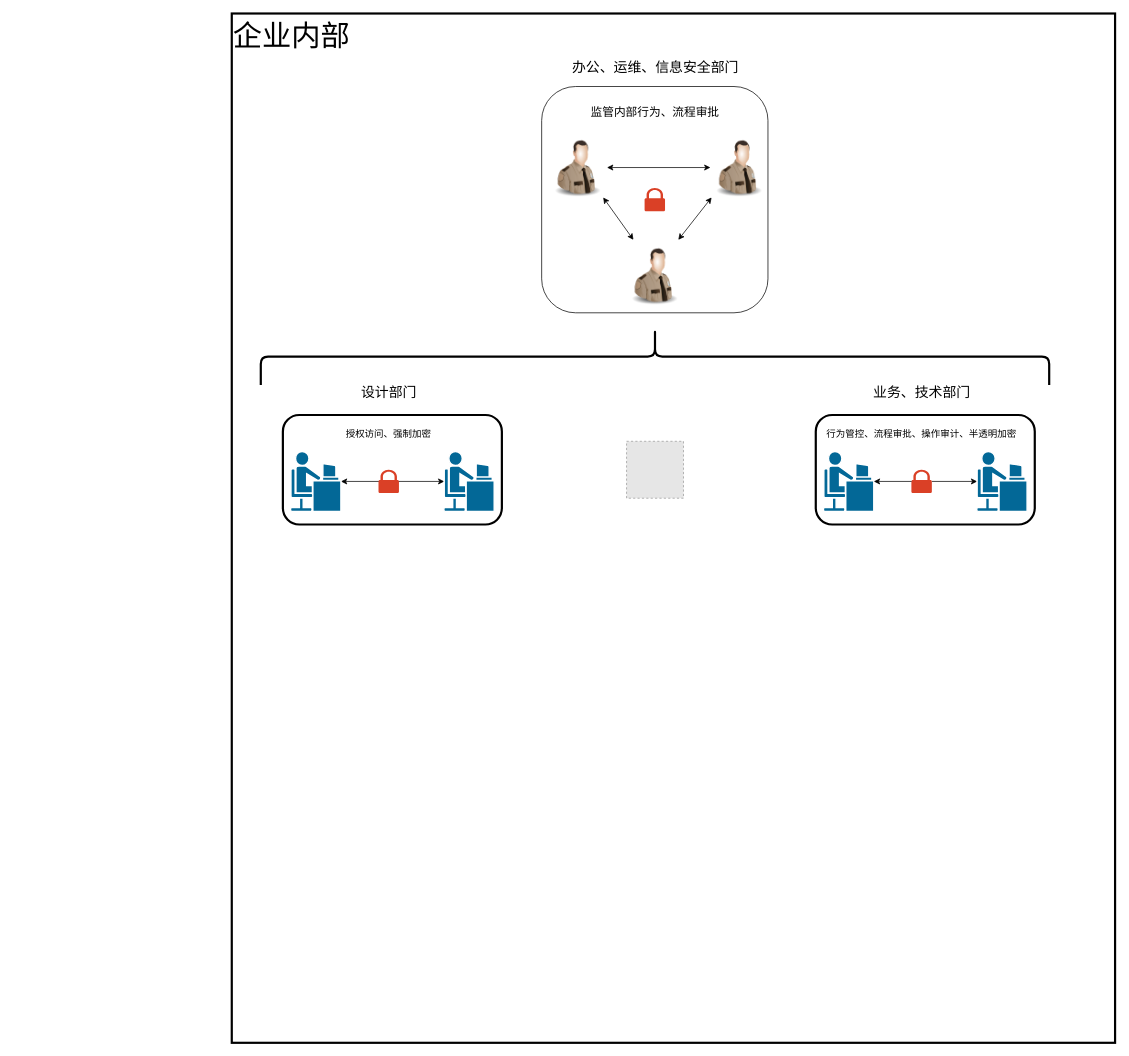
Above: 数据安全防护案例.drawio in rexlin600/diagrams (draw.io), before the change. Source tidied: cells renumbered, new cells numbered last; positions are measured from the earlier drawing's top-left corner, leaving out a move shared by most shapes. Both pictures are drawn from the tidied source at 73%, with x=0, y=0 at pixel (231, -38). Pictures stored in the file or linked from it are replaced by grey dashed boxes.
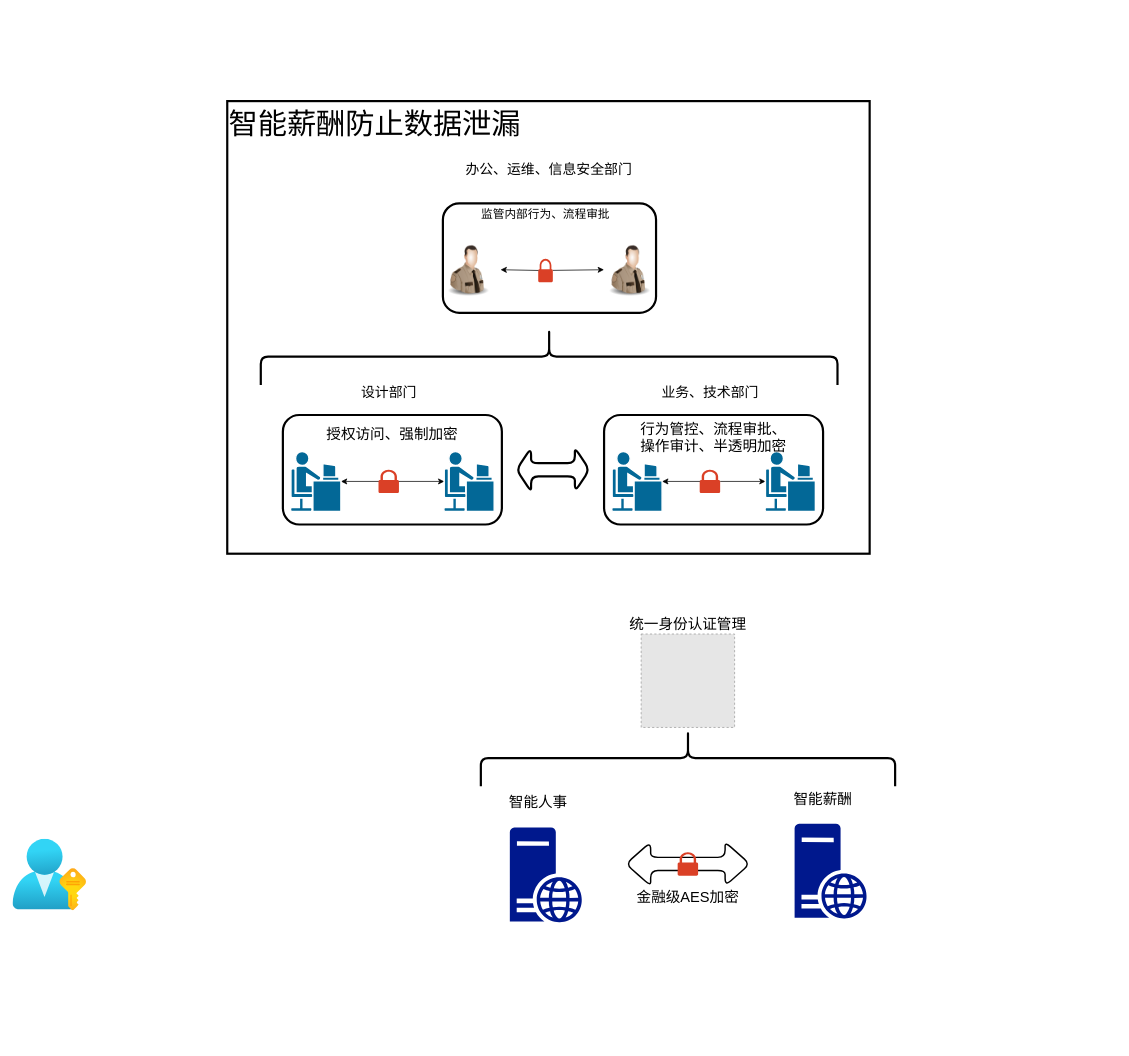
The same diagram, later.

Commit message (it also covers changes not shown here):
更新数据安全防护案例.drawio

What changed in the source:
```diff
@@
-    <mxCell id="2" value="企业内部" style="rounded=0;whiteSpace=wrap;html=1;labelBackgroundColor=none;fontSize=40;strokeWidth=3;fillColor=none;verticalAlign=top;align=left;" parent="1" vertex="1">
-      <mxGeometry y="70" width="1210" height="1410" as="geometry" />
+    <mxCell id="2" value="智能薪酬防止数据泄漏" style="rounded=0;whiteSpace=wrap;html=1;labelBackgroundColor=none;fontSize=40;strokeWidth=3;fillColor=none;verticalAlign=top;align=left;" parent="1" vertex="1">
+      <mxGeometry x="-6.2" y="190" width="880" height="620" as="geometry" />
     </mxCell>
+    <mxCell id="30" style="rounded=1;whiteSpace=wrap;html=1;labelBackgroundColor=none;fontSize=40;strokeWidth=3;fillColor=none;align=left;verticalAlign=top;" parent="1" vertex="1">
+      <mxGeometry x="510" y="620" width="300" height="150" as="geometry" />
+    </mxCell>
@@
-    <mxCell id="7" value="授权访问、强制加密" style="text;html=1;strokeColor=none;fillColor=none;align=center;verticalAlign=middle;whiteSpace=wrap;rounded=0;fontSize=13;" parent="1" vertex="1">
-      <mxGeometry x="140" y="630" width="150" height="30" as="geometry" />
+    <mxCell id="7" value="授权访问、强制加密" style="text;html=1;strokeColor=none;fillColor=none;align=center;verticalAlign=middle;whiteSpace=wrap;rounded=0;fontSize=20;strokeWidth=6;" parent="1" vertex="1">
+      <mxGeometry x="110" y="630" width="220" height="30" as="geometry" />
     </mxCell>
@@
     <mxCell id="10" style="shape=mxgraph.cisco.people.androgenous_person;html=1;dashed=0;fillColor=#036897;strokeColor=#ffffff;strokeWidth=2;verticalLabelPosition=bottom;verticalAlign=top;align=center;outlineConnect=0;" parent="1" vertex="1">
-      <mxGeometry x="810.5" y="670" width="69" height="82" as="geometry" />
+      <mxGeometry x="520.5" y="670" width="69" height="82" as="geometry" />
     </mxCell>
     <mxCell id="11" style="shape=mxgraph.cisco.people.androgenous_person;html=1;dashed=0;fillColor=#036897;strokeColor=#ffffff;strokeWidth=2;verticalLabelPosition=bottom;verticalAlign=top;align=center;outlineConnect=0;" parent="1" vertex="1">
-      <mxGeometry x="1020.5" y="670" width="69" height="82" as="geometry" />
+      <mxGeometry x="730.5" y="670" width="69" height="82" as="geometry" />
     </mxCell>
-    <mxCell id="12" value="行为管控、流程审批、操作审计、半透明加密" style="text;html=1;strokeColor=none;fillColor=none;align=center;verticalAlign=middle;whiteSpace=wrap;rounded=0;fontSize=13;" parent="1" vertex="1">
-      <mxGeometry x="810" y="630" width="270" height="30" as="geometry" />
+    <mxCell id="12" value="行为管控、流程审批、&lt;br&gt;操作审计、半透明加密" style="text;html=1;strokeColor=none;fillColor=none;align=center;verticalAlign=middle;whiteSpace=wrap;rounded=0;fontSize=20;" parent="1" vertex="1">
+      <mxGeometry x="525" y="635" width="270" height="30" as="geometry" />
     </mxCell>
     <mxCell id="13" value="&lt;font style=&quot;font-size: 19px;&quot;&gt;业务、技术部门&lt;/font&gt;" style="text;html=1;align=center;verticalAlign=middle;strokeColor=none;fillColor=none;fontSize=19;" parent="1" vertex="1">
-      <mxGeometry x="870" y="575" width="150" height="30" as="geometry" />
+      <mxGeometry x="580" y="575" width="150" height="30" as="geometry" />
     </mxCell>
@@
-    <mxCell id="16" style="whiteSpace=wrap;html=1;fillColor=none;rounded=1;" parent="1" vertex="1">
-      <mxGeometry x="424.5" y="170" width="310" height="310" as="geometry" />
-    </mxCell>
-    <mxCell id="17" style="rounded=0;orthogonalLoop=1;jettySize=auto;html=1;startArrow=classic;startFill=1;" parent="1" edge="1">
-      <mxGeometry relative="1" as="geometry">
-        <mxPoint x="508.8" y="322" as="sourcePoint" />
-        <mxPoint x="550.2" y="380" as="targetPoint" />
-      </mxGeometry>
-    </mxCell>
-    <mxCell id="18" style="edgeStyle=none;rounded=0;orthogonalLoop=1;jettySize=auto;html=1;entryX=0.01;entryY=0.5;entryDx=0;entryDy=0;entryPerimeter=0;startArrow=classic;startFill=1;" parent="1" edge="1">
+    <mxCell id="18" style="edgeStyle=none;rounded=0;jettySize=auto;html=1;entryX=0.01;entryY=0.5;entryDx=0;entryDy=0;entryPerimeter=0;startArrow=none;startFill=1;" parent="1" edge="1" source="22">
       <mxGeometry relative="1" as="geometry">
-        <mxPoint x="514" y="281" as="sourcePoint" />
-        <mxPoint x="655.7" y="281" as="targetPoint" />
+        <mxPoint x="509.9" y="421" as="targetPoint" />
       </mxGeometry>
     </mxCell>
-    <mxCell id="19" style="edgeStyle=none;rounded=0;orthogonalLoop=1;jettySize=auto;html=1;startArrow=classic;startFill=1;" parent="1" edge="1">
-      <mxGeometry relative="1" as="geometry">
-        <mxPoint x="657.3" y="322" as="sourcePoint" />
-        <mxPoint x="611.7" y="380" as="targetPoint" />
-      </mxGeometry>
-    </mxCell>
     <mxCell id="20" value="监管内部行为、流程审批" style="text;html=1;strokeColor=none;fillColor=none;align=center;verticalAlign=middle;whiteSpace=wrap;rounded=0;fontSize=16;" parent="1" vertex="1">
-      <mxGeometry x="444.5" y="190" width="270" height="30" as="geometry" />
+      <mxGeometry x="298.8" y="330" width="262" height="30" as="geometry" />
     </mxCell>
     <mxCell id="21" value="&lt;font style=&quot;font-size: 19px;&quot;&gt;办公、运维、信息安全部门&lt;/font&gt;" style="text;html=1;align=center;verticalAlign=middle;strokeColor=none;fillColor=none;fontSize=19;" parent="1" vertex="1">
-      <mxGeometry x="459.5" y="130" width="240" height="30" as="geometry" />
+      <mxGeometry x="313.8" y="270" width="240" height="30" as="geometry" />
     </mxCell>
-    <mxCell id="22" style="sketch=0;shadow=0;dashed=0;html=1;strokeColor=none;labelPosition=center;verticalLabelPosition=bottom;verticalAlign=top;outlineConnect=0;align=center;shape=mxgraph.office.security.lock_protected;fillColor=#DA4026;fontSize=16;" parent="1" vertex="1">
-      <mxGeometry x="565.5" y="309" width="28" height="32" as="geometry" />
-    </mxCell>
     <mxCell id="23" style="image;html=1;image=img/lib/clip_art/people/Security_Man_128x128.png;rounded=1;fontSize=13;fillColor=none;" parent="1" vertex="1">
-      <mxGeometry x="434" y="242" width="80" height="80" as="geometry" />
+      <mxGeometry x="288.2" y="382" width="72" height="80" as="geometry" />
     </mxCell>
     <mxCell id="24" style="image;html=1;image=img/lib/clip_art/people/Security_Man_128x128.png;rounded=1;fontSize=13;fillColor=none;" parent="1" vertex="1">
-      <mxGeometry x="655" y="242" width="80" height="80" as="geometry" />
+      <mxGeometry x="509.2" y="382" width="72" height="80" as="geometry" />
     </mxCell>
-    <mxCell id="25" style="image;html=1;image=img/lib/clip_art/people/Security_Man_128x128.png;rounded=1;fontSize=13;fillColor=none;" parent="1" vertex="1">
-      <mxGeometry x="539.5" y="390" width="80" height="80" as="geometry" />
-    </mxCell>
     <mxCell id="26" style="shape=curlyBracket;whiteSpace=wrap;html=1;rounded=1;flipH=1;fontSize=19;fillColor=none;rotation=-90;labelBackgroundColor=none;strokeWidth=3;" parent="1" vertex="1">
-      <mxGeometry x="541" width="77.5" height="1080" as="geometry" />
+      <mxGeometry x="396" y="145" width="77.5" height="790" as="geometry" />
     </mxCell>
@@
     <mxCell id="28" style="sketch=0;shadow=0;dashed=0;html=1;strokeColor=none;labelPosition=center;verticalLabelPosition=bottom;verticalAlign=top;outlineConnect=0;align=center;shape=mxgraph.office.security.lock_protected;fillColor=#DA4026;fontSize=16;" parent="1" vertex="1">
-      <mxGeometry x="931" y="695" width="28" height="32" as="geometry" />
+      <mxGeometry x="641" y="695" width="28" height="32" as="geometry" />
     </mxCell>
@@
-    <mxCell id="30" style="rounded=1;whiteSpace=wrap;html=1;labelBackgroundColor=none;fontSize=40;strokeWidth=3;fillColor=none;align=left;verticalAlign=top;" parent="1" vertex="1">
-      <mxGeometry x="800" y="620" width="300" height="150" as="geometry" />
-    </mxCell>
-    <mxCell id="31" style="fillColor=#E6E6E6;strokeColor=#999999;dashed=1;html=1;verticalAlign=top;verticalLabelPosition=bottom;labelBackgroundColor=#ffffff;fontSize=40;" parent="1" vertex="1">
-      <mxGeometry x="540.8" y="656" width="78" height="78" as="geometry" />
-    </mxCell>
+    <mxCell id="32" style="shape=doubleArrow;whiteSpace=wrap;html=1;rounded=1;labelBackgroundColor=none;fontSize=40;strokeWidth=3;fillColor=none;align=left;verticalAlign=top;" parent="1" vertex="1">
+      <mxGeometry x="390" y="665" width="100" height="60" as="geometry" />
+    </mxCell>
+    <mxCell id="22" style="sketch=0;shadow=0;dashed=0;html=1;strokeColor=none;labelPosition=center;verticalLabelPosition=bottom;verticalAlign=top;outlineConnect=0;align=center;shape=mxgraph.office.security.lock_protected;fillColor=#DA4026;fontSize=16;" parent="1" vertex="1">
+      <mxGeometry x="419.8" y="406" width="20" height="32" as="geometry" />
+    </mxCell>
+    <mxCell id="33" style="edgeStyle=none;rounded=0;jettySize=auto;html=1;entryX=0.01;entryY=0.5;entryDx=0;entryDy=0;entryPerimeter=0;startArrow=classic;startFill=1;endArrow=none;" parent="1" edge="1" target="22">
+      <mxGeometry relative="1" as="geometry">
+        <mxPoint x="368.2" y="421" as="sourcePoint" />
+      </mxGeometry>
+    </mxCell>
+    <mxCell id="34" style="rounded=1;whiteSpace=wrap;html=1;labelBackgroundColor=none;fontSize=40;strokeWidth=3;fillColor=none;align=left;verticalAlign=top;" parent="1" vertex="1">
+      <mxGeometry x="289.2" y="330" width="292" height="150" as="geometry" />
+    </mxCell>
+    <mxCell id="35" style="sketch=0;shadow=0;dashed=0;html=1;strokeColor=none;labelPosition=center;verticalLabelPosition=bottom;verticalAlign=top;align=center;fillColor=#00188D;shape=mxgraph.mscae.enterprise.web_server;rounded=1;labelBackgroundColor=none;fontSize=20;" parent="1" vertex="1">
+      <mxGeometry x="380.9" y="1185" width="98.8" height="130" as="geometry" />
+    </mxCell>
+    <mxCell id="36" value="智能人事" style="text;html=1;strokeColor=none;fillColor=none;align=center;verticalAlign=middle;whiteSpace=wrap;rounded=0;labelBackgroundColor=none;fontSize=20;" parent="1" vertex="1">
+      <mxGeometry x="359.8" y="1135" width="120" height="30" as="geometry" />
+    </mxCell>
+    <mxCell id="37" style="sketch=0;shadow=0;dashed=0;html=1;strokeColor=none;labelPosition=center;verticalLabelPosition=bottom;verticalAlign=top;align=center;fillColor=#00188D;shape=mxgraph.mscae.enterprise.web_server;rounded=1;labelBackgroundColor=none;fontSize=20;" parent="1" vertex="1">
+      <mxGeometry x="771" y="1180" width="98.8" height="130" as="geometry" />
+    </mxCell>
+    <mxCell id="38" value="智能薪酬" style="text;html=1;strokeColor=none;fillColor=none;align=center;verticalAlign=middle;whiteSpace=wrap;rounded=0;labelBackgroundColor=none;fontSize=20;" parent="1" vertex="1">
+      <mxGeometry x="749.8" y="1130" width="120" height="30" as="geometry" />
+    </mxCell>
+    <mxCell id="39" style="shape=doubleArrow;whiteSpace=wrap;html=1;rounded=1;labelBackgroundColor=none;fontSize=20;strokeWidth=2;fillColor=none;align=left;verticalAlign=top;" parent="1" vertex="1">
+      <mxGeometry x="539.8" y="1205" width="170" height="60" as="geometry" />
+    </mxCell>
+    <mxCell id="40" style="sketch=0;shadow=0;dashed=0;html=1;strokeColor=none;labelPosition=center;verticalLabelPosition=bottom;verticalAlign=top;align=center;shape=mxgraph.office.security.lock_protected;fillColor=#DA4026;fontSize=16;" parent="1" vertex="1">
+      <mxGeometry x="610.8" y="1219" width="28" height="32" as="geometry" />
+    </mxCell>
+    <mxCell id="41" value="金融级AES加密" style="text;html=1;strokeColor=none;fillColor=none;align=center;verticalAlign=middle;whiteSpace=wrap;rounded=0;labelBackgroundColor=none;fontSize=20;" parent="1" vertex="1">
+      <mxGeometry x="534.8" y="1265" width="180" height="30" as="geometry" />
+    </mxCell>
+    <mxCell id="42" style="html=1;align=center;image;fontSize=12;image=img/lib/azure2/azure_stack/User_Subscriptions.svg;rounded=1;labelBackgroundColor=none;strokeWidth=2;fillColor=none;" parent="1" vertex="1">
+      <mxGeometry x="-300" y="1201" width="101" height="98" as="geometry" />
+    </mxCell>
+    <mxCell id="43" style="fillColor=#E6E6E6;strokeColor=#999999;dashed=1;html=1;verticalAlign=top;verticalLabelPosition=bottom;labelBackgroundColor=#ffffff;fontSize=20;" parent="1" vertex="1">
+      <mxGeometry x="560.8" y="920" width="128" height="128" as="geometry" />
+    </mxCell>
+    <mxCell id="44" style="shape=curlyBracket;whiteSpace=wrap;html=1;rounded=1;flipH=1;fontSize=19;fillColor=none;rotation=-90;labelBackgroundColor=none;strokeWidth=3;" parent="1" vertex="1">
+      <mxGeometry x="586.2" y="806.2" width="77.5" height="567.5" as="geometry" />
+    </mxCell>
+    <mxCell id="45" value="统一身份认证管理" style="text;html=1;strokeColor=none;fillColor=none;align=center;verticalAlign=middle;whiteSpace=wrap;rounded=0;labelBackgroundColor=none;fontSize=20;" parent="1" vertex="1">
+      <mxGeometry x="534.8" y="890" width="180" height="30" as="geometry" />
+    </mxCell>
```
